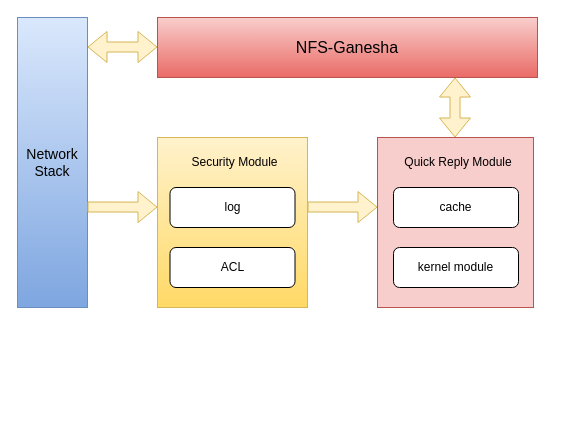
Above: 抽象框架.drawio in Kakoyi945/cloud (draw.io), before the change. Source tidied: cells renumbered, new cells numbered last; positions are measured from the earlier drawing's top-left corner, leaving out a move shared by most shapes. Both pictures are drawn from the tidied source at 100%, with x=0, y=0 at pixel (17, 17).
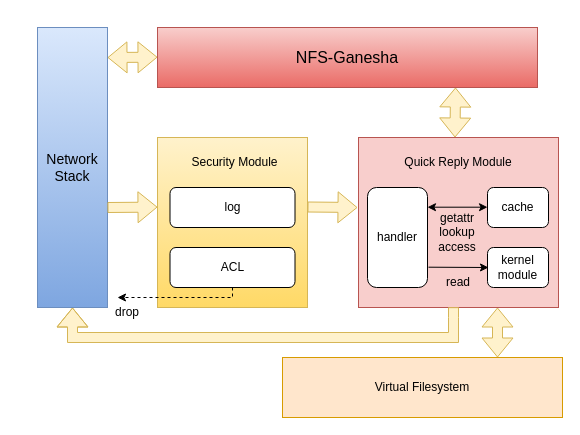
After the change.

Commit message:
更新抽象框架.drawio

The change refers to these unchanged cells:
```xml
<mxCell id="10" value="ACL" style="rounded=1;whiteSpace=wrap;html=1;" parent="1" vertex="1">
  <mxGeometry x="152.5" y="230" width="125" height="40" as="geometry" />
</mxCell>
```

The edit, as a diff of the source:
```diff
@@
     <mxCell id="2" value="&lt;font style=&quot;font-size: 16px;&quot;&gt;NFS-Ganesha&lt;/font&gt;" style="rounded=0;whiteSpace=wrap;html=1;fillColor=#f8cecc;gradientColor=#ea6b66;strokeColor=#b85450;" parent="1" vertex="1">
-      <mxGeometry x="140" width="380" height="60" as="geometry" />
+      <mxGeometry x="140" y="10" width="380" height="60" as="geometry" />
     </mxCell>
     <mxCell id="3" value="&lt;font style=&quot;font-size: 14px;&quot;&gt;Network&lt;br&gt;Stack&lt;/font&gt;" style="rounded=0;whiteSpace=wrap;html=1;fillColor=#dae8fc;strokeColor=#6c8ebf;gradientColor=#7ea6e0;" parent="1" vertex="1">
-      <mxGeometry width="70" height="290" as="geometry" />
+      <mxGeometry x="20" y="10" width="70" height="280" as="geometry" />
     </mxCell>
     <mxCell id="4" style="shape=flexArrow;endArrow=classic;startArrow=classic;html=1;rounded=0;fillColor=#fff2cc;strokeColor=#d6b656;" parent="1" edge="1">
       <mxGeometry relative="1" as="geometry">
-        <mxPoint x="70" y="29.5" as="sourcePoint" />
-        <mxPoint x="140" y="29.5" as="targetPoint" />
+        <mxPoint x="90" y="40" as="sourcePoint" />
+        <mxPoint x="140" y="39.7" as="targetPoint" />
       </mxGeometry>
     </mxCell>
@@
     <mxCell id="6" style="rounded=0;whiteSpace=wrap;html=1;fillColor=#f8cecc;strokeColor=#b85450;" parent="1" vertex="1">
-      <mxGeometry x="360" y="120" width="156" height="170" as="geometry" />
+      <mxGeometry x="341" y="120" width="200" height="170" as="geometry" />
     </mxCell>
@@
     <mxCell id="8" value="cache" style="rounded=1;whiteSpace=wrap;html=1;" parent="1" vertex="1">
-      <mxGeometry x="376" y="170" width="125" height="40" as="geometry" />
+      <mxGeometry x="470" y="170" width="61" height="40" as="geometry" />
     </mxCell>
     <mxCell id="9" value="kernel module" style="rounded=1;whiteSpace=wrap;html=1;" parent="1" vertex="1">
-      <mxGeometry x="376" y="230" width="125" height="40" as="geometry" />
+      <mxGeometry x="470" y="230" width="61" height="40" as="geometry" />
     </mxCell>
@@
     <mxCell id="13" style="shape=flexArrow;endArrow=classic;html=1;rounded=0;entryX=-0.021;entryY=0.422;entryDx=0;entryDy=0;entryPerimeter=0;fillColor=#fff2cc;strokeColor=#d6b656;" parent="1" edge="1">
       <mxGeometry relative="1" as="geometry">
-        <mxPoint x="70" y="189.5" as="sourcePoint" />
+        <mxPoint x="90" y="190" as="sourcePoint" />
         <mxPoint x="140" y="189.6" as="targetPoint" />
       </mxGeometry>
     </mxCell>
-    <mxCell id="14" style="shape=flexArrow;endArrow=classic;html=1;rounded=0;entryX=-0.021;entryY=0.422;entryDx=0;entryDy=0;entryPerimeter=0;fillColor=#fff2cc;strokeColor=#d6b656;" parent="1" edge="1">
+    <mxCell id="14" style="shape=flexArrow;endArrow=classic;html=1;rounded=0;fillColor=#fff2cc;strokeColor=#d6b656;" parent="1" edge="1">
       <mxGeometry relative="1" as="geometry">
         <mxPoint x="290" y="189.5" as="sourcePoint" />
-        <mxPoint x="360" y="189.6" as="targetPoint" />
+        <mxPoint x="340" y="190" as="targetPoint" />
       </mxGeometry>
     </mxCell>
     <mxCell id="15" style="shape=flexArrow;endArrow=classic;startArrow=classic;html=1;rounded=0;strokeColor=#d6b656;fillColor=#fff2cc;" parent="1" edge="1">
       <mxGeometry relative="1" as="geometry">
         <mxPoint x="437.5" y="120" as="sourcePoint" />
-        <mxPoint x="437.5" y="60" as="targetPoint" />
+        <mxPoint x="438" y="70" as="targetPoint" />
       </mxGeometry>
     </mxCell>
+    <mxCell id="16" value="handler" style="rounded=1;whiteSpace=wrap;html=1;" parent="1" vertex="1">
+      <mxGeometry x="350" y="170" width="60" height="100" as="geometry" />
+    </mxCell>
+    <mxCell id="17" style="endArrow=classic;startArrow=classic;html=1;rounded=0;" parent="1" edge="1">
+      <mxGeometry relative="1" as="geometry">
+        <mxPoint x="410" y="189.7" as="sourcePoint" />
+        <mxPoint x="470" y="189.7" as="targetPoint" />
+      </mxGeometry>
+    </mxCell>
+    <mxCell id="18" style="endArrow=classic;html=1;rounded=0;exitX=1.022;exitY=0.813;exitDx=0;exitDy=0;exitPerimeter=0;" parent="1" edge="1">
+      <mxGeometry relative="1" as="geometry">
+        <mxPoint x="411" y="249.7" as="sourcePoint" />
+        <mxPoint x="471" y="250" as="targetPoint" />
+      </mxGeometry>
+    </mxCell>
+    <mxCell id="19" value="read" style="text;html=1;strokeColor=none;fillColor=none;align=center;verticalAlign=middle;whiteSpace=wrap;rounded=0;" parent="1" vertex="1">
+      <mxGeometry x="411" y="250" width="60" height="30" as="geometry" />
+    </mxCell>
+    <mxCell id="20" value="getattr&lt;br&gt;lookup&lt;br&gt;access" style="text;html=1;strokeColor=none;fillColor=none;align=center;verticalAlign=middle;whiteSpace=wrap;rounded=0;" parent="1" vertex="1">
+      <mxGeometry x="410" y="200" width="60" height="30" as="geometry" />
+    </mxCell>
+    <mxCell id="21" style="shape=flexArrow;endArrow=classic;html=1;rounded=0;entryX=0.5;entryY=1;entryDx=0;entryDy=0;exitX=0.475;exitY=0.998;exitDx=0;exitDy=0;exitPerimeter=0;fillColor=#fff2cc;strokeColor=#d6b656;" parent="1" edge="1" source="6" target="3">
+      <mxGeometry relative="1" as="geometry">
+        <Array as="points">
+          <mxPoint x="436" y="300" />
+          <mxPoint x="436" y="320" />
+          <mxPoint x="55" y="320" />
+        </Array>
+      </mxGeometry>
+    </mxCell>
+    <mxCell id="22" value="Virtual Filesystem" style="rounded=0;whiteSpace=wrap;html=1;fillColor=#ffe6cc;strokeColor=#d79b00;" parent="1" vertex="1">
+      <mxGeometry x="265" y="340" width="280" height="60" as="geometry" />
+    </mxCell>
+    <mxCell id="23" style="shape=flexArrow;endArrow=classic;startArrow=classic;html=1;rounded=0;fillColor=#fff2cc;strokeColor=#d6b656;" parent="1" edge="1">
+      <mxGeometry relative="1" as="geometry">
+        <mxPoint x="480" y="340" as="sourcePoint" />
+        <mxPoint x="480" y="290" as="targetPoint" />
+      </mxGeometry>
+    </mxCell>
+    <mxCell id="24" style="endArrow=classic;html=1;rounded=0;exitX=0.5;exitY=1;exitDx=0;exitDy=0;dashed=1;" parent="1" edge="1" source="10">
+      <mxGeometry relative="1" as="geometry">
+        <mxPoint x="100" y="280" as="targetPoint" />
+        <Array as="points">
+          <mxPoint x="215" y="280" />
+        </Array>
+      </mxGeometry>
+    </mxCell>
+    <mxCell id="25" value="drop" style="text;html=1;strokeColor=none;fillColor=none;align=center;verticalAlign=middle;whiteSpace=wrap;rounded=0;" parent="1" vertex="1">
+      <mxGeometry x="80" y="280" width="60" height="30" as="geometry" />
+    </mxCell>
```
